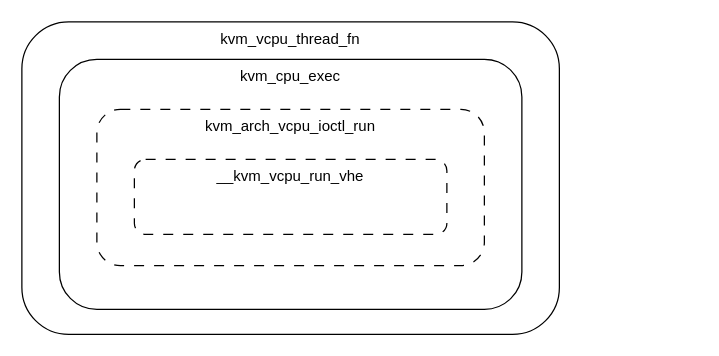
Before: Untitled Diagram.drawio in HDBoy/a-small-cloud, a draw.io diagram. Source tidied: cells renumbered, new cells numbered last; positions are measured from the earlier drawing's top-left corner, leaving out a move shared by most shapes. Both pictures are drawn from the tidied source at 125%, with x=0, y=0 at pixel (21, 21).
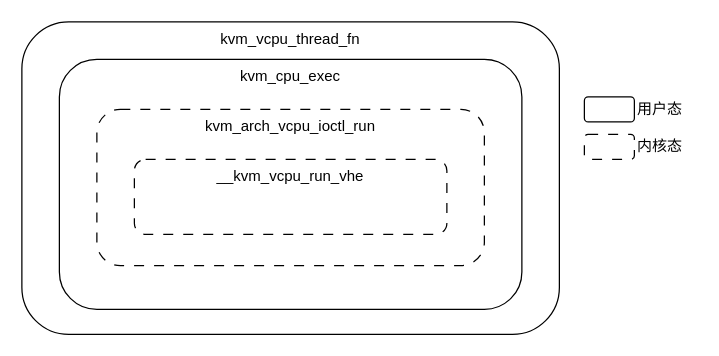
The same page after the edit.

Change to the diagram source:
```diff
@@
 <mxGraphModel>
   <root>
     <mxCell id="0" />
     <mxCell id="1" parent="0" />
     <mxCell id="2" value="&lt;span style=&quot;background-color: initial;&quot;&gt;kvm_vcpu_thread_fn&lt;/span&gt;" style="rounded=1;whiteSpace=wrap;html=1;align=center;horizontal=1;verticalAlign=top;" parent="1" vertex="1">
       <mxGeometry width="430" height="250" as="geometry" />
     </mxCell>
     <mxCell id="3" value="kvm_cpu_exec" style="rounded=1;whiteSpace=wrap;html=1;align=center;verticalAlign=top;" parent="1" vertex="1">
       <mxGeometry x="30" y="30" width="370" height="200" as="geometry" />
     </mxCell>
     <mxCell id="4" value="kvm_arch_vcpu_ioctl_run" style="rounded=1;whiteSpace=wrap;html=1;horizontal=1;verticalAlign=top;align=center;dashed=1;dashPattern=8 8;" parent="1" vertex="1">
       <mxGeometry x="60" y="70" width="310" height="125" as="geometry" />
     </mxCell>
     <mxCell id="5" value="__kvm_vcpu_run_vhe" style="rounded=1;whiteSpace=wrap;html=1;verticalAlign=top;dashed=1;dashPattern=8 8;" parent="1" vertex="1">
       <mxGeometry x="90" y="110" width="250" height="60" as="geometry" />
     </mxCell>
+    <mxCell id="6" style="rounded=1;whiteSpace=wrap;html=1;" parent="1" vertex="1">
+      <mxGeometry x="450" y="60" width="40" height="20" as="geometry" />
+    </mxCell>
+    <mxCell id="7" value="用户态" style="text;html=1;align=center;verticalAlign=middle;strokeColor=none;fillColor=none;" parent="1" vertex="1">
+      <mxGeometry x="480" y="55" width="60" height="30" as="geometry" />
+    </mxCell>
+    <mxCell id="8" style="rounded=1;whiteSpace=wrap;html=1;dashed=1;dashPattern=8 8;" parent="1" vertex="1">
+      <mxGeometry x="450" y="90" width="40" height="20" as="geometry" />
+    </mxCell>
+    <mxCell id="9" value="内核态" style="text;html=1;align=center;verticalAlign=middle;strokeColor=none;fillColor=none;dashed=1;dashPattern=12 12;" parent="1" vertex="1">
+      <mxGeometry x="480" y="85" width="60" height="30" as="geometry" />
+    </mxCell>
   </root>
 </mxGraphModel>
```
